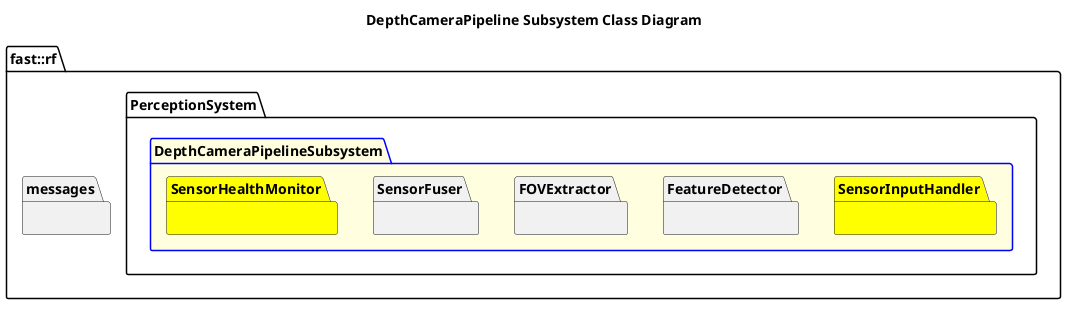
Before: Systems/Perception/Subsystems/DepthCameraPipeline/doc/puml/DepthCameraPipelineSubsystemClassDiagram.png, a diagram exported from PlantUML (fastrobotics/robot_framework).
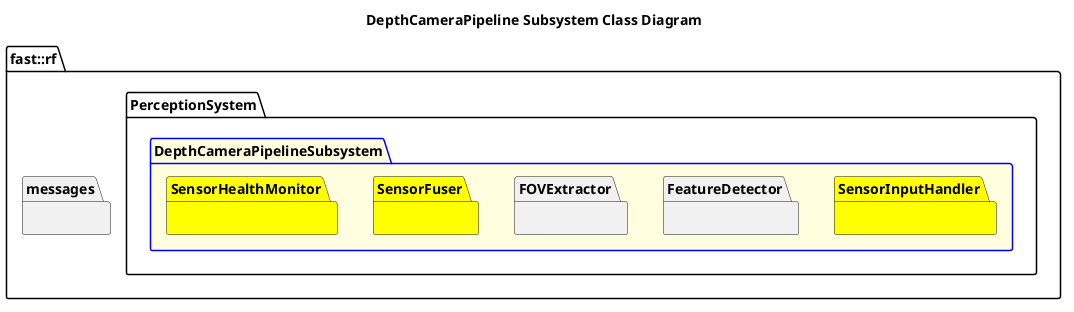
Above is the later version.

What changed in the source:
```diff
@@ -14,7 +14,7 @@
         namespace FOVExtractor {
 
         }
-        namespace SensorFuser {
+        namespace SensorFuser #Yellow {
 
         }
         namespace SensorHealthMonitor #Yellow {
```
